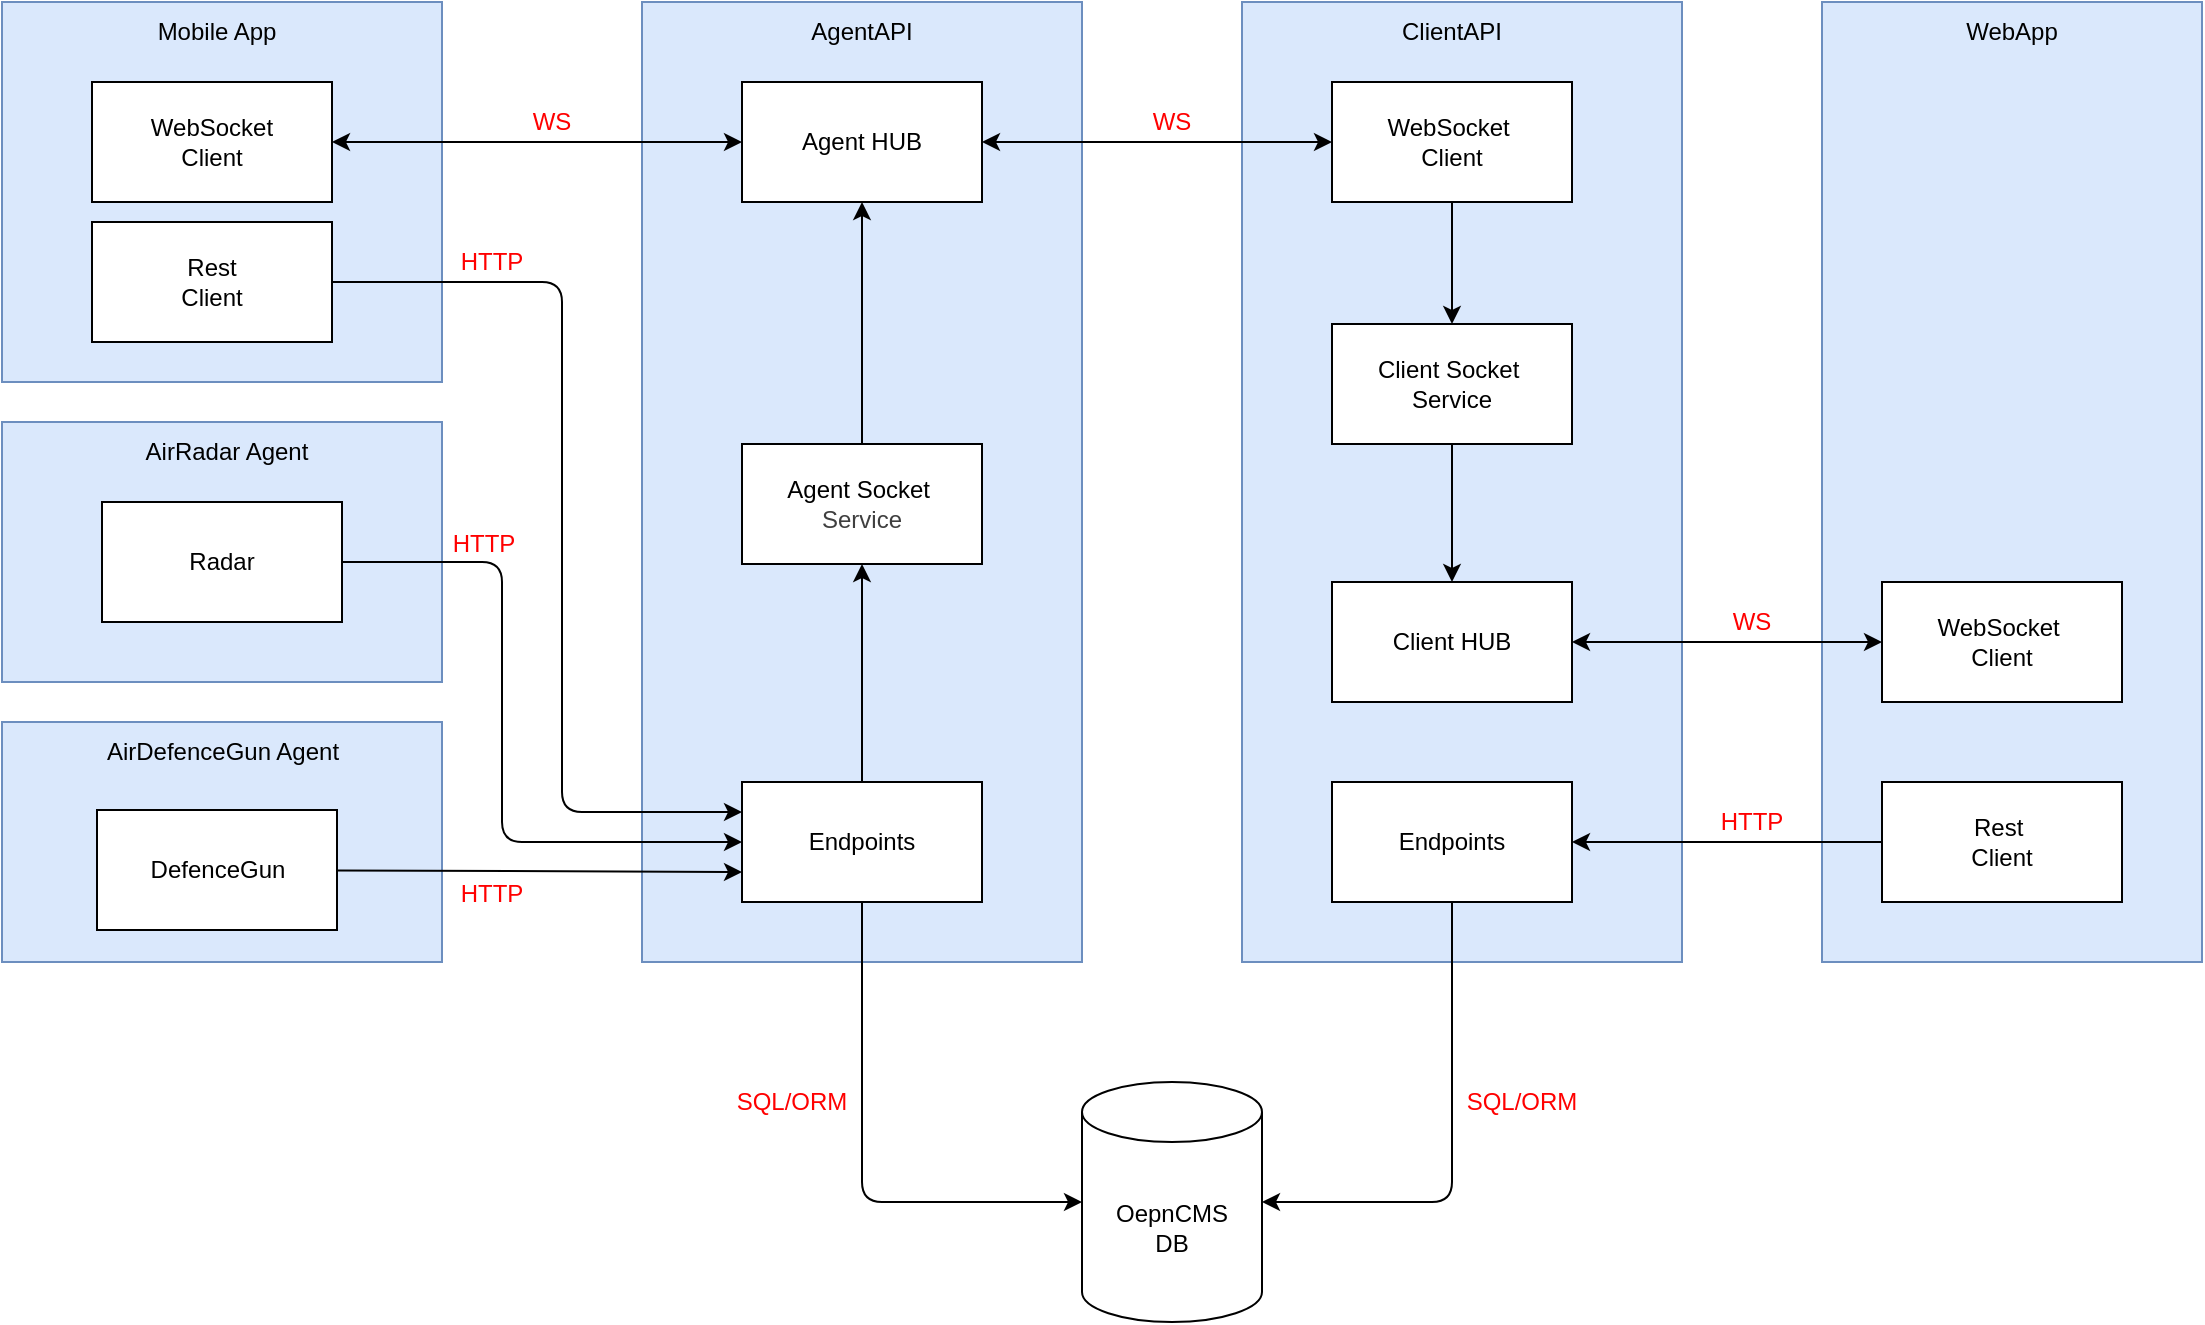
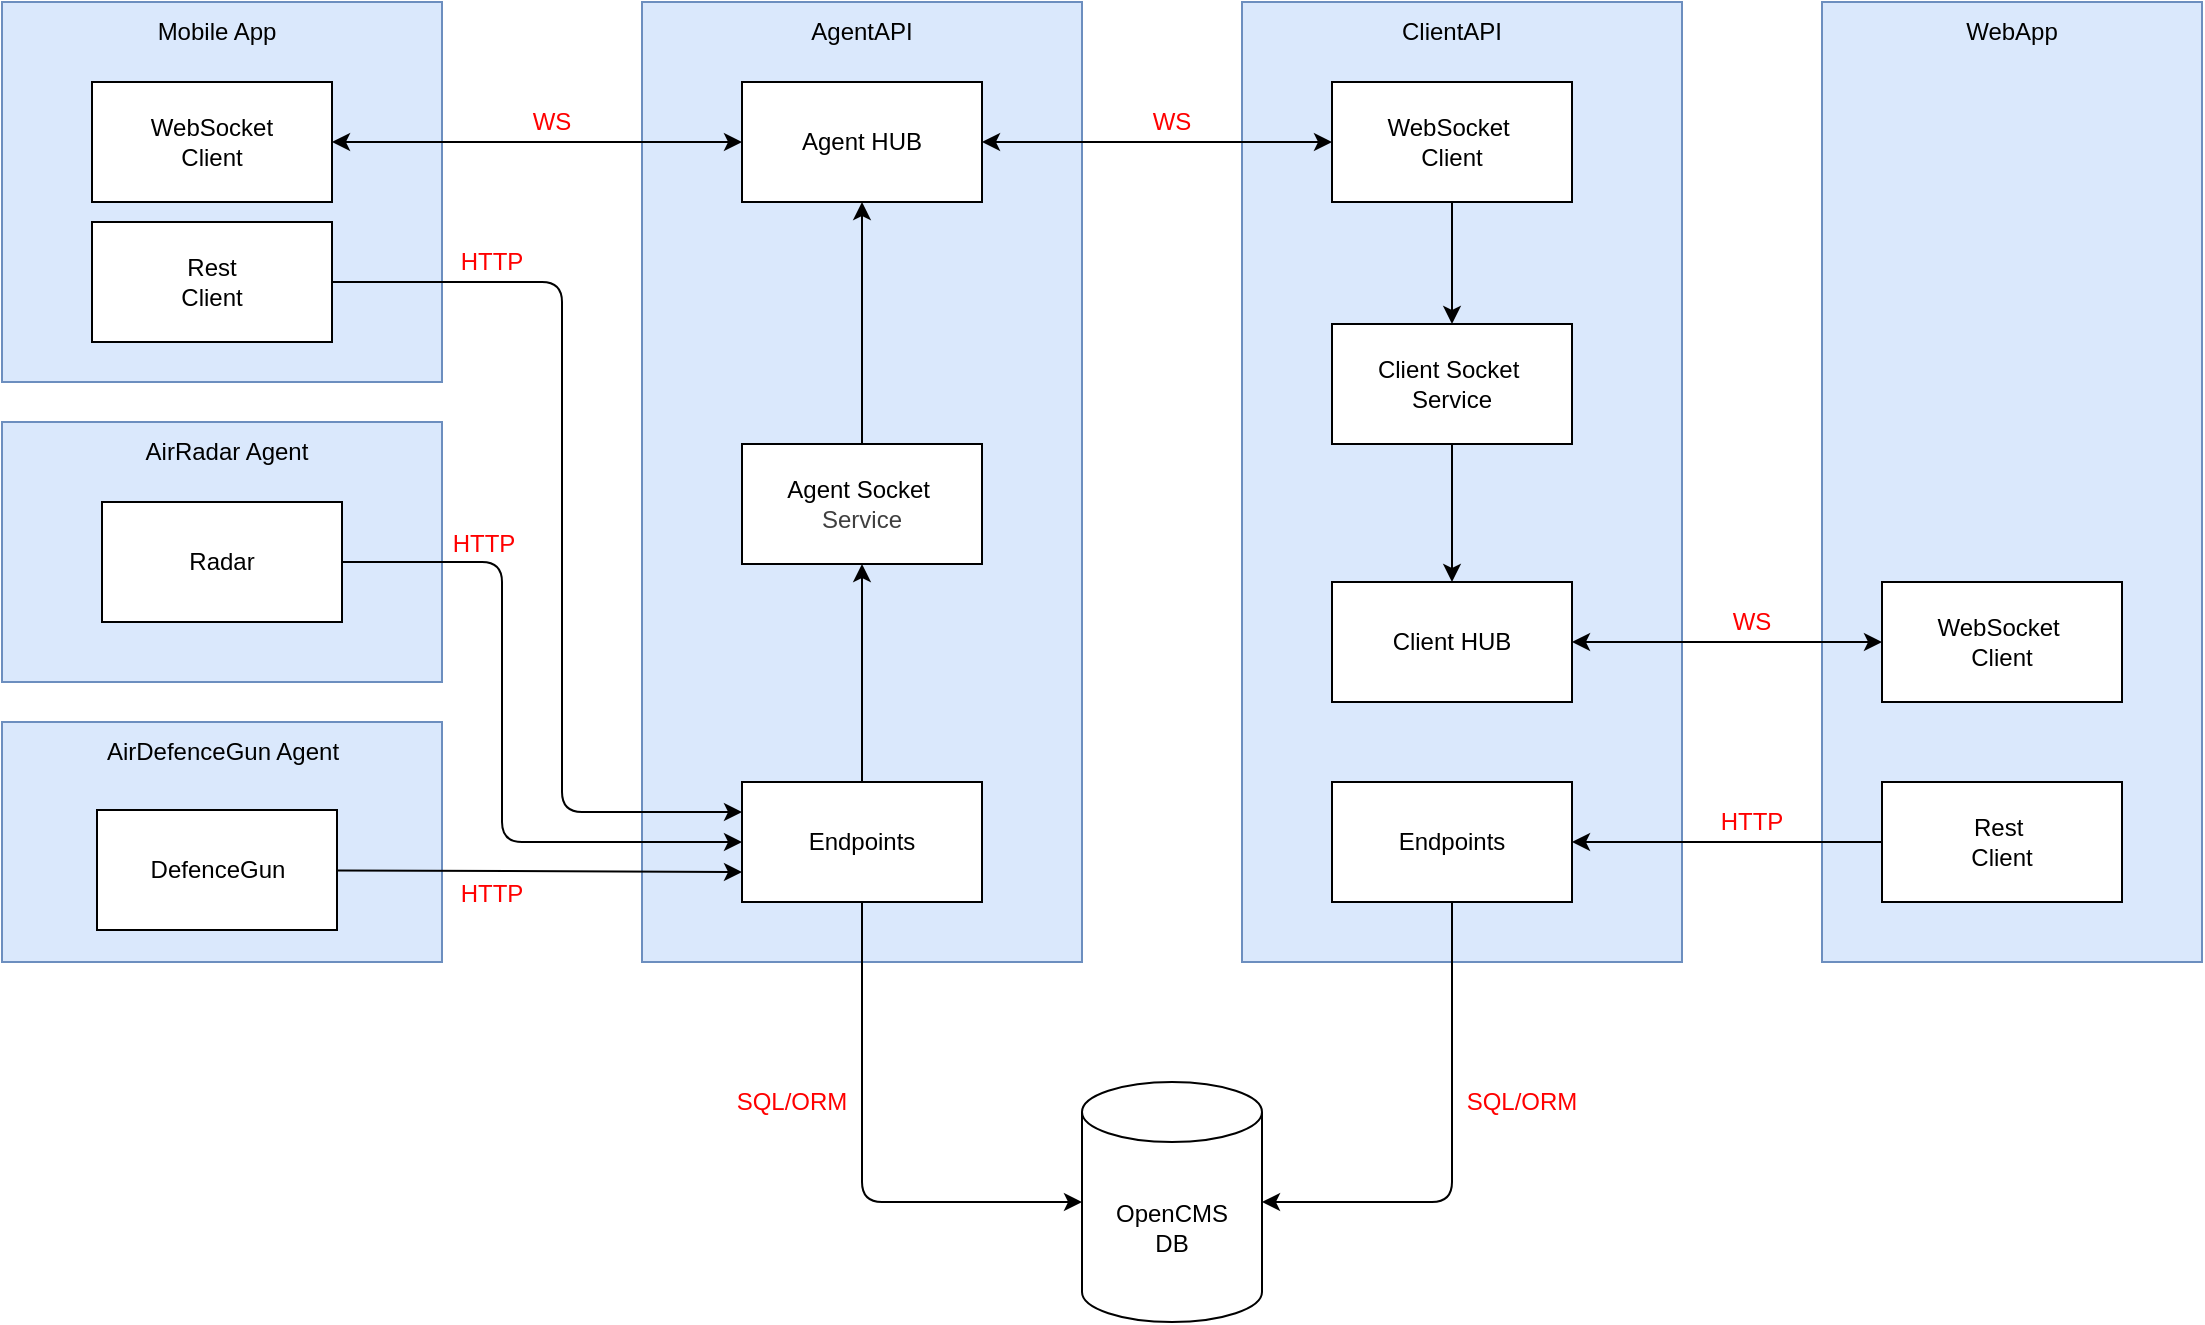
<mxfile host="65bd71144e">
    <diagram id="bjeyYx1sk2w_J5_OeaBZ" name="Page-1">
        <mxGraphModel dx="2156" dy="623" grid="1" gridSize="10" guides="1" tooltips="1" connect="1" arrows="1" fold="1" page="1" pageScale="1" pageWidth="850" pageHeight="1100" math="0" shadow="0">
            <root>
                <mxCell id="0"/>
                <mxCell id="1" parent="0"/>
                <mxCell id="2" value="" style="rounded=0;whiteSpace=wrap;html=1;fillColor=#dae8fc;strokeColor=#6c8ebf;" parent="1" vertex="1">
                    <mxGeometry x="320" y="60" width="220" height="480" as="geometry"/>
                </mxCell>
                <mxCell id="3" value="ClientAPI" style="text;html=1;align=center;verticalAlign=middle;whiteSpace=wrap;rounded=0;" parent="1" vertex="1">
                    <mxGeometry x="395" y="60" width="60" height="30" as="geometry"/>
                </mxCell>
                <mxCell id="16" style="edgeStyle=none;html=1;" parent="1" source="4" target="15" edge="1">
                    <mxGeometry relative="1" as="geometry"/>
                </mxCell>
                <mxCell id="4" value="WebSocket&amp;nbsp;&lt;div&gt;Client&lt;/div&gt;" style="rounded=0;whiteSpace=wrap;html=1;" parent="1" vertex="1">
                    <mxGeometry x="365" y="100" width="120" height="60" as="geometry"/>
                </mxCell>
                <mxCell id="5" value="Client HUB" style="rounded=0;whiteSpace=wrap;html=1;" parent="1" vertex="1">
                    <mxGeometry x="365" y="350" width="120" height="60" as="geometry"/>
                </mxCell>
                <mxCell id="6" value="" style="rounded=0;whiteSpace=wrap;html=1;fillColor=#dae8fc;strokeColor=#6c8ebf;" parent="1" vertex="1">
                    <mxGeometry x="610" y="60" width="190" height="480" as="geometry"/>
                </mxCell>
                <mxCell id="7" value="WebApp" style="text;html=1;align=center;verticalAlign=middle;whiteSpace=wrap;rounded=0;" parent="1" vertex="1">
                    <mxGeometry x="675" y="60" width="60" height="30" as="geometry"/>
                </mxCell>
                <mxCell id="8" value="WebSocket&amp;nbsp;&lt;div&gt;Client&lt;/div&gt;" style="rounded=0;whiteSpace=wrap;html=1;" parent="1" vertex="1">
                    <mxGeometry x="640" y="350" width="120" height="60" as="geometry"/>
                </mxCell>
                <mxCell id="9" value="" style="endArrow=classic;startArrow=classic;html=1;exitX=1;exitY=0.5;exitDx=0;exitDy=0;entryX=0;entryY=0.5;entryDx=0;entryDy=0;" parent="1" source="5" target="8" edge="1">
                    <mxGeometry width="50" height="50" relative="1" as="geometry">
                        <mxPoint x="610" y="410" as="sourcePoint"/>
                        <mxPoint x="660" y="360" as="targetPoint"/>
                    </mxGeometry>
                </mxCell>
                <mxCell id="10" value="" style="rounded=0;whiteSpace=wrap;html=1;fillColor=#dae8fc;strokeColor=#6c8ebf;" parent="1" vertex="1">
                    <mxGeometry x="20" y="60" width="220" height="480" as="geometry"/>
                </mxCell>
                <mxCell id="11" value="AgentAPI" style="text;html=1;align=center;verticalAlign=middle;whiteSpace=wrap;rounded=0;" parent="1" vertex="1">
                    <mxGeometry x="100" y="60" width="60" height="30" as="geometry"/>
                </mxCell>
                <mxCell id="13" value="Agent HUB" style="rounded=0;whiteSpace=wrap;html=1;" parent="1" vertex="1">
                    <mxGeometry x="70" y="100" width="120" height="60" as="geometry"/>
                </mxCell>
                <mxCell id="14" value="" style="endArrow=classic;startArrow=classic;html=1;exitX=1;exitY=0.5;exitDx=0;exitDy=0;entryX=0;entryY=0.5;entryDx=0;entryDy=0;" parent="1" source="13" target="4" edge="1">
                    <mxGeometry width="50" height="50" relative="1" as="geometry">
                        <mxPoint x="165" y="250" as="sourcePoint"/>
                        <mxPoint x="350" y="250" as="targetPoint"/>
                    </mxGeometry>
                </mxCell>
                <mxCell id="17" style="edgeStyle=none;html=1;entryX=0.5;entryY=0;entryDx=0;entryDy=0;" parent="1" source="15" target="5" edge="1">
                    <mxGeometry relative="1" as="geometry"/>
                </mxCell>
                <mxCell id="15" value="Client Socket&amp;nbsp;&lt;div&gt;Service&lt;/div&gt;" style="rounded=0;whiteSpace=wrap;html=1;" parent="1" vertex="1">
                    <mxGeometry x="365" y="221" width="120" height="60" as="geometry"/>
                </mxCell>
                <mxCell id="18" value="" style="rounded=0;whiteSpace=wrap;html=1;fillColor=#dae8fc;strokeColor=#6c8ebf;" parent="1" vertex="1">
                    <mxGeometry x="-300" y="270" width="220" height="130" as="geometry"/>
                </mxCell>
                <mxCell id="19" value="AirRadar Agent" style="text;html=1;align=center;verticalAlign=middle;whiteSpace=wrap;rounded=0;" parent="1" vertex="1">
                    <mxGeometry x="-250" y="270" width="125" height="30" as="geometry"/>
                </mxCell>
                <mxCell id="23" value="HTTP" style="text;html=1;align=center;verticalAlign=middle;whiteSpace=wrap;rounded=0;strokeColor=none;fillColor=none;fontColor=#FF0000;" parent="1" vertex="1">
                    <mxGeometry x="-84" y="321" width="50" height="20" as="geometry"/>
                </mxCell>
                <mxCell id="24" value="WS" style="text;html=1;align=center;verticalAlign=middle;whiteSpace=wrap;rounded=0;strokeColor=none;fillColor=none;fontColor=#FF0000;" parent="1" vertex="1">
                    <mxGeometry x="260" y="110" width="50" height="20" as="geometry"/>
                </mxCell>
                <mxCell id="26" value="WS" style="text;html=1;align=center;verticalAlign=middle;whiteSpace=wrap;rounded=0;strokeColor=none;fillColor=none;fontColor=#FF0000;" parent="1" vertex="1">
                    <mxGeometry x="550" y="360" width="50" height="20" as="geometry"/>
                </mxCell>
-                 <mxCell id="65" style="edgeStyle=none;html=1;" edge="1" parent="1" source="27" target="64">
+                 <mxCell id="65" style="edgeStyle=none;html=1;" parent="1" source="27" target="64" edge="1">
                    <mxGeometry relative="1" as="geometry"/>
                </mxCell>
                <mxCell id="27" value="Endpoints" style="rounded=0;whiteSpace=wrap;html=1;" parent="1" vertex="1">
                    <mxGeometry x="70" y="450" width="120" height="60" as="geometry"/>
                </mxCell>
                <mxCell id="30" style="edgeStyle=none;html=1;entryX=0;entryY=0.5;entryDx=0;entryDy=0;" parent="1" source="20" target="27" edge="1">
                    <mxGeometry relative="1" as="geometry">
                        <Array as="points">
                            <mxPoint x="-50" y="340"/>
                            <mxPoint x="-50" y="480"/>
                        </Array>
                    </mxGeometry>
                </mxCell>
                <mxCell id="20" value="Radar" style="rounded=0;whiteSpace=wrap;html=1;" parent="1" vertex="1">
                    <mxGeometry x="-250" y="310" width="120" height="60" as="geometry"/>
                </mxCell>
                <mxCell id="33" value="Endpoints" style="rounded=0;whiteSpace=wrap;html=1;" parent="1" vertex="1">
                    <mxGeometry x="365" y="450" width="120" height="60" as="geometry"/>
                </mxCell>
                <mxCell id="35" style="edgeStyle=none;html=1;entryX=1;entryY=0.5;entryDx=0;entryDy=0;" parent="1" source="34" target="33" edge="1">
                    <mxGeometry relative="1" as="geometry"/>
                </mxCell>
                <mxCell id="34" value="Rest&amp;nbsp;&lt;div&gt;Client&lt;/div&gt;" style="rounded=0;whiteSpace=wrap;html=1;" parent="1" vertex="1">
                    <mxGeometry x="640" y="450" width="120" height="60" as="geometry"/>
                </mxCell>
-                 <mxCell id="36" value="OepnCMS&lt;div&gt;DB&lt;/div&gt;" style="shape=cylinder3;whiteSpace=wrap;html=1;boundedLbl=1;backgroundOutline=1;size=15;" parent="1" vertex="1">
+                 <mxCell id="36" value="OpenCMS&lt;div&gt;DB&lt;/div&gt;" style="shape=cylinder3;whiteSpace=wrap;html=1;boundedLbl=1;backgroundOutline=1;size=15;" parent="1" vertex="1">
                    <mxGeometry x="240" y="600" width="90" height="120" as="geometry"/>
                </mxCell>
                <mxCell id="37" style="edgeStyle=none;html=1;entryX=0;entryY=0.5;entryDx=0;entryDy=0;entryPerimeter=0;" parent="1" source="27" target="36" edge="1">
                    <mxGeometry relative="1" as="geometry">
                        <Array as="points">
                            <mxPoint x="130" y="660"/>
                        </Array>
                    </mxGeometry>
                </mxCell>
                <mxCell id="38" style="edgeStyle=none;html=1;entryX=1;entryY=0.5;entryDx=0;entryDy=0;entryPerimeter=0;" parent="1" source="33" target="36" edge="1">
                    <mxGeometry relative="1" as="geometry">
                        <Array as="points">
                            <mxPoint x="425" y="660"/>
                        </Array>
                    </mxGeometry>
                </mxCell>
                <mxCell id="39" value="" style="rounded=0;whiteSpace=wrap;html=1;fillColor=#dae8fc;strokeColor=#6c8ebf;" parent="1" vertex="1">
                    <mxGeometry x="-300" y="420" width="220" height="120" as="geometry"/>
                </mxCell>
                <mxCell id="40" value="AirDefenceGun Agent" style="text;html=1;align=center;verticalAlign=middle;whiteSpace=wrap;rounded=0;" parent="1" vertex="1">
                    <mxGeometry x="-252.5" y="420" width="125" height="30" as="geometry"/>
                </mxCell>
                <mxCell id="42" style="edgeStyle=none;html=1;entryX=0;entryY=0.75;entryDx=0;entryDy=0;" parent="1" source="41" target="27" edge="1">
                    <mxGeometry relative="1" as="geometry"/>
                </mxCell>
                <mxCell id="41" value="DefenceGun" style="rounded=0;whiteSpace=wrap;html=1;" parent="1" vertex="1">
                    <mxGeometry x="-252.5" y="464" width="120" height="60" as="geometry"/>
                </mxCell>
                <mxCell id="43" value="HTTP" style="text;html=1;align=center;verticalAlign=middle;whiteSpace=wrap;rounded=0;strokeColor=none;fillColor=none;fontColor=#FF0000;" parent="1" vertex="1">
                    <mxGeometry x="-80" y="496" width="50" height="20" as="geometry"/>
                </mxCell>
                <mxCell id="44" value="SQL/ORM" style="text;html=1;align=center;verticalAlign=middle;whiteSpace=wrap;rounded=0;strokeColor=none;fillColor=none;fontColor=#FF0000;" parent="1" vertex="1">
                    <mxGeometry x="70" y="600" width="50" height="20" as="geometry"/>
                </mxCell>
                <mxCell id="47" value="SQL/ORM" style="text;html=1;align=center;verticalAlign=middle;whiteSpace=wrap;rounded=0;strokeColor=none;fillColor=none;fontColor=#FF0000;" parent="1" vertex="1">
                    <mxGeometry x="435" y="600" width="50" height="20" as="geometry"/>
                </mxCell>
                <mxCell id="48" value="HTTP" style="text;html=1;align=center;verticalAlign=middle;whiteSpace=wrap;rounded=0;strokeColor=none;fillColor=none;fontColor=#FF0000;" parent="1" vertex="1">
                    <mxGeometry x="550" y="460" width="50" height="20" as="geometry"/>
                </mxCell>
-                 <mxCell id="49" value="" style="rounded=0;whiteSpace=wrap;html=1;fillColor=#dae8fc;strokeColor=#6c8ebf;" vertex="1" parent="1">
+                 <mxCell id="49" value="" style="rounded=0;whiteSpace=wrap;html=1;fillColor=#dae8fc;strokeColor=#6c8ebf;" parent="1" vertex="1">
                    <mxGeometry x="-300" y="60" width="220" height="190" as="geometry"/>
                </mxCell>
-                 <mxCell id="50" value="Mobile App" style="text;html=1;align=center;verticalAlign=middle;whiteSpace=wrap;rounded=0;" vertex="1" parent="1">
+                 <mxCell id="50" value="Mobile App" style="text;html=1;align=center;verticalAlign=middle;whiteSpace=wrap;rounded=0;" parent="1" vertex="1">
                    <mxGeometry x="-255" y="60" width="125" height="30" as="geometry"/>
                </mxCell>
-                 <mxCell id="51" value="WebSocket&lt;div&gt;Client&lt;/div&gt;" style="rounded=0;whiteSpace=wrap;html=1;" vertex="1" parent="1">
+                 <mxCell id="51" value="WebSocket&lt;div&gt;Client&lt;/div&gt;" style="rounded=0;whiteSpace=wrap;html=1;" parent="1" vertex="1">
                    <mxGeometry x="-255" y="100" width="120" height="60" as="geometry"/>
                </mxCell>
-                 <mxCell id="55" style="edgeStyle=none;html=1;entryX=0;entryY=0.25;entryDx=0;entryDy=0;" edge="1" parent="1" source="52" target="27">
+                 <mxCell id="55" style="edgeStyle=none;html=1;entryX=0;entryY=0.25;entryDx=0;entryDy=0;" parent="1" source="52" target="27" edge="1">
                    <mxGeometry relative="1" as="geometry">
                        <Array as="points">
                            <mxPoint x="-20" y="200"/>
                            <mxPoint x="-20" y="465"/>
                        </Array>
                    </mxGeometry>
                </mxCell>
-                 <mxCell id="52" value="Rest&lt;div&gt;Client&lt;/div&gt;" style="rounded=0;whiteSpace=wrap;html=1;" vertex="1" parent="1">
+                 <mxCell id="52" value="Rest&lt;div&gt;Client&lt;/div&gt;" style="rounded=0;whiteSpace=wrap;html=1;" parent="1" vertex="1">
                    <mxGeometry x="-255" y="170" width="120" height="60" as="geometry"/>
                </mxCell>
-                 <mxCell id="57" value="HTTP" style="text;html=1;align=center;verticalAlign=middle;whiteSpace=wrap;rounded=0;strokeColor=none;fillColor=none;fontColor=#FF0000;" vertex="1" parent="1">
+                 <mxCell id="57" value="HTTP" style="text;html=1;align=center;verticalAlign=middle;whiteSpace=wrap;rounded=0;strokeColor=none;fillColor=none;fontColor=#FF0000;" parent="1" vertex="1">
                    <mxGeometry x="-80" y="180" width="50" height="20" as="geometry"/>
                </mxCell>
-                 <mxCell id="62" value="" style="endArrow=classic;startArrow=classic;html=1;exitX=1;exitY=0.5;exitDx=0;exitDy=0;entryX=0;entryY=0.5;entryDx=0;entryDy=0;" edge="1" parent="1" source="51" target="13">
+                 <mxCell id="62" value="" style="endArrow=classic;startArrow=classic;html=1;exitX=1;exitY=0.5;exitDx=0;exitDy=0;entryX=0;entryY=0.5;entryDx=0;entryDy=0;" parent="1" source="51" target="13" edge="1">
                    <mxGeometry width="50" height="50" relative="1" as="geometry">
                        <mxPoint x="200" y="160" as="sourcePoint"/>
                        <mxPoint x="375" y="160" as="targetPoint"/>
                    </mxGeometry>
                </mxCell>
-                 <mxCell id="63" value="WS" style="text;html=1;align=center;verticalAlign=middle;whiteSpace=wrap;rounded=0;strokeColor=none;fillColor=none;fontColor=#FF0000;" vertex="1" parent="1">
+                 <mxCell id="63" value="WS" style="text;html=1;align=center;verticalAlign=middle;whiteSpace=wrap;rounded=0;strokeColor=none;fillColor=none;fontColor=#FF0000;" parent="1" vertex="1">
                    <mxGeometry x="-50" y="110" width="50" height="20" as="geometry"/>
                </mxCell>
-                 <mxCell id="66" style="edgeStyle=none;html=1;" edge="1" parent="1" source="64" target="13">
+                 <mxCell id="66" style="edgeStyle=none;html=1;" parent="1" source="64" target="13" edge="1">
                    <mxGeometry relative="1" as="geometry"/>
                </mxCell>
-                 <mxCell id="64" value="&lt;span style=&quot;color: rgb(0, 0, 0);&quot;&gt;Agent Socket&amp;nbsp;&lt;/span&gt;&lt;div style=&quot;color: rgb(63, 63, 63); scrollbar-color: rgb(226, 226, 226) rgb(251, 251, 251);&quot;&gt;Service&lt;/div&gt;" style="rounded=0;whiteSpace=wrap;html=1;" vertex="1" parent="1">
+                 <mxCell id="64" value="&lt;span style=&quot;color: rgb(0, 0, 0);&quot;&gt;Agent Socket&amp;nbsp;&lt;/span&gt;&lt;div style=&quot;color: rgb(63, 63, 63); scrollbar-color: rgb(226, 226, 226) rgb(251, 251, 251);&quot;&gt;Service&lt;/div&gt;" style="rounded=0;whiteSpace=wrap;html=1;" parent="1" vertex="1">
                    <mxGeometry x="70" y="281" width="120" height="60" as="geometry"/>
                </mxCell>
            </root>
        </mxGraphModel>
    </diagram>
</mxfile>